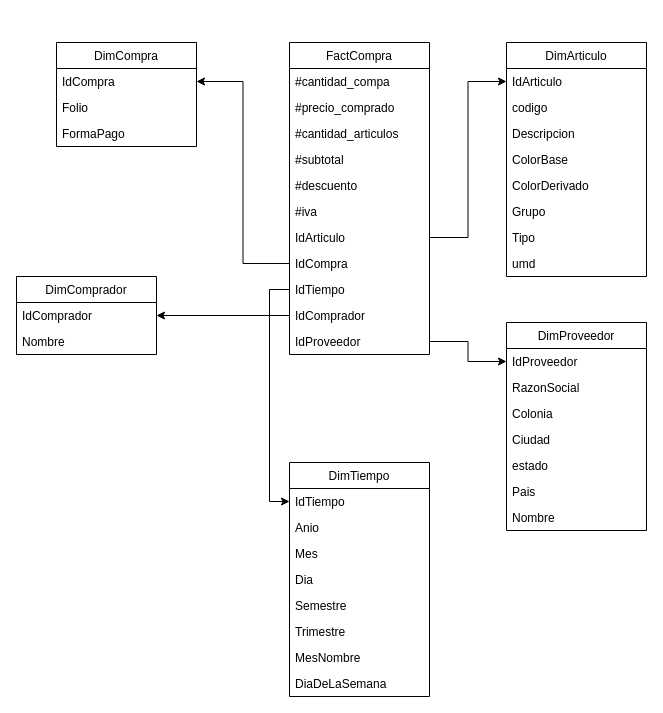
The draw.io diagram diagrams/cubo_compras.drawio in BamCurti/BDTD_project, before the edit. Source tidied: cells renumbered, new cells numbered last; positions are measured from the earlier drawing's top-left corner, leaving out a move shared by most shapes. Both pictures are drawn from the tidied source at 100%, with x=0, y=0 at pixel (16, 42).
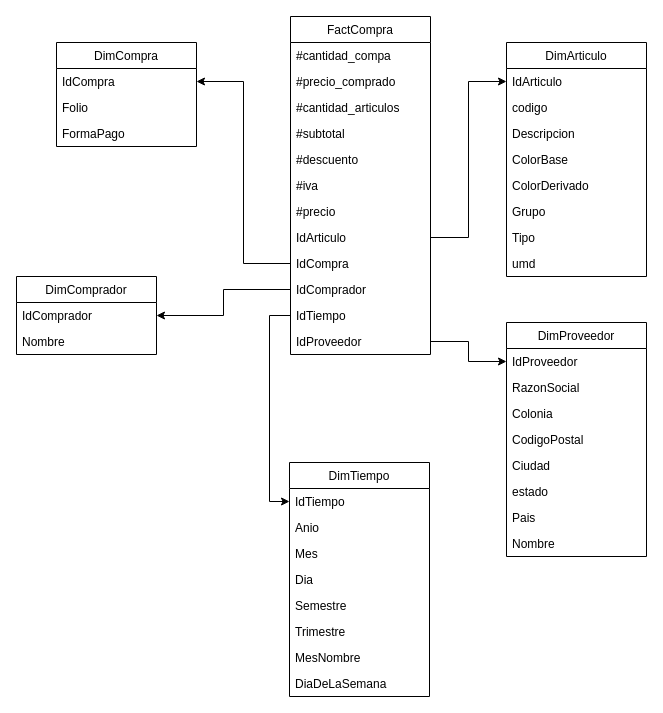
The same page after the edit.

Commit message (it also covers changes not shown here):
agregamos #precio y codigoPostal

Change to the diagram source:
```diff
@@
     <mxCell id="2" value="FactCompra" style="swimlane;fontStyle=0;horizontal=1;startSize=26;fillColor=none;" parent="1" vertex="1">
-      <mxGeometry x="273" width="140" height="312" as="geometry" />
+      <mxGeometry x="274" y="-26" width="140" height="338" as="geometry" />
     </mxCell>
@@
+    <mxCell id="52" value="#precio" style="text;strokeColor=none;fillColor=none;align=left;verticalAlign=top;spacingLeft=4;spacingRight=4;overflow=hidden;" parent="2" vertex="1">
+      <mxGeometry y="182" width="140" height="26" as="geometry" />
+    </mxCell>
     <mxCell id="9" value="IdArticulo" style="text;strokeColor=none;fillColor=none;align=left;verticalAlign=top;spacingLeft=4;spacingRight=4;overflow=hidden;points=[[0,0.5],[1,0.5]];portConstraint=eastwest;" parent="2" vertex="1">
-      <mxGeometry y="182" width="140" height="26" as="geometry" />
+      <mxGeometry y="208" width="140" height="26" as="geometry" />
     </mxCell>
     <mxCell id="10" value="IdCompra" style="text;strokeColor=none;fillColor=none;align=left;verticalAlign=top;spacingLeft=4;spacingRight=4;overflow=hidden;points=[[0,0.5],[1,0.5]];portConstraint=eastwest;" parent="2" vertex="1">
-      <mxGeometry y="208" width="140" height="26" as="geometry" />
+      <mxGeometry y="234" width="140" height="26" as="geometry" />
     </mxCell>
+    <mxCell id="12" value="IdComprador" style="text;strokeColor=none;fillColor=none;align=left;verticalAlign=top;spacingLeft=4;spacingRight=4;overflow=hidden;points=[[0,0.5],[1,0.5]];portConstraint=eastwest;" parent="2" vertex="1">
+      <mxGeometry y="260" width="140" height="26" as="geometry" />
+    </mxCell>
     <mxCell id="11" value="IdTiempo" style="text;strokeColor=none;fillColor=none;align=left;verticalAlign=top;spacingLeft=4;spacingRight=4;overflow=hidden;points=[[0,0.5],[1,0.5]];portConstraint=eastwest;" parent="2" vertex="1">
-      <mxGeometry y="234" width="140" height="26" as="geometry" />
+      <mxGeometry y="286" width="140" height="26" as="geometry" />
     </mxCell>
-    <mxCell id="12" value="IdComprador" style="text;strokeColor=none;fillColor=none;align=left;verticalAlign=top;spacingLeft=4;spacingRight=4;overflow=hidden;points=[[0,0.5],[1,0.5]];portConstraint=eastwest;" parent="2" vertex="1">
-      <mxGeometry y="260" width="140" height="26" as="geometry" />
-    </mxCell>
     <mxCell id="13" value="IdProveedor" style="text;strokeColor=none;fillColor=none;align=left;verticalAlign=top;spacingLeft=4;spacingRight=4;overflow=hidden;points=[[0,0.5],[1,0.5]];portConstraint=eastwest;" parent="2" vertex="1">
-      <mxGeometry y="286" width="140" height="26" as="geometry" />
+      <mxGeometry y="312" width="140" height="26" as="geometry" />
     </mxCell>
@@
     <mxCell id="43" value="DimProveedor" style="swimlane;fontStyle=0;horizontal=1;startSize=26;fillColor=none;" parent="1" vertex="1">
-      <mxGeometry x="490" y="280" width="140" height="208" as="geometry" />
+      <mxGeometry x="490" y="280" width="140" height="234" as="geometry" />
     </mxCell>
@@
+    <mxCell id="53" value="CodigoPostal" style="text;strokeColor=none;fillColor=none;align=left;verticalAlign=top;spacingLeft=4;spacingRight=4;overflow=hidden;" parent="43" vertex="1">
+      <mxGeometry y="104" width="140" height="26" as="geometry" />
+    </mxCell>
     <mxCell id="47" value="Ciudad" style="text;strokeColor=none;fillColor=none;align=left;verticalAlign=top;spacingLeft=4;spacingRight=4;overflow=hidden;" parent="43" vertex="1">
-      <mxGeometry y="104" width="140" height="26" as="geometry" />
+      <mxGeometry y="130" width="140" height="26" as="geometry" />
     </mxCell>
     <mxCell id="48" value="estado" style="text;strokeColor=none;fillColor=none;align=left;verticalAlign=top;spacingLeft=4;spacingRight=4;overflow=hidden;" parent="43" vertex="1">
-      <mxGeometry y="130" width="140" height="26" as="geometry" />
+      <mxGeometry y="156" width="140" height="26" as="geometry" />
     </mxCell>
     <mxCell id="49" value="Pais" style="text;strokeColor=none;fillColor=none;align=left;verticalAlign=top;spacingLeft=4;spacingRight=4;overflow=hidden;" parent="43" vertex="1">
-      <mxGeometry y="156" width="140" height="26" as="geometry" />
+      <mxGeometry y="182" width="140" height="26" as="geometry" />
     </mxCell>
     <mxCell id="50" value="Nombre" style="text;strokeColor=none;fillColor=none;align=left;verticalAlign=top;spacingLeft=4;spacingRight=4;overflow=hidden;" parent="43" vertex="1">
-      <mxGeometry y="182" width="140" height="26" as="geometry" />
+      <mxGeometry y="208" width="140" height="26" as="geometry" />
     </mxCell>
```
